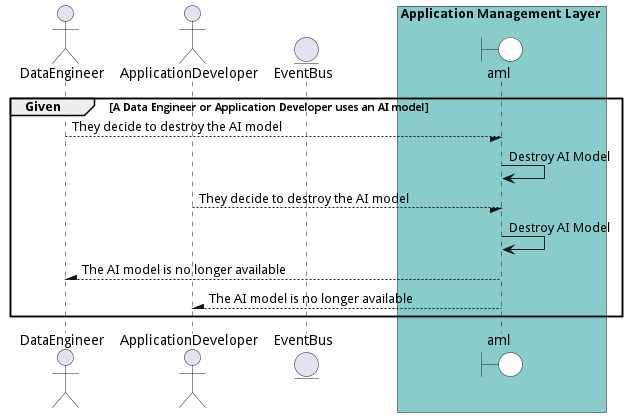
This is docs/edgemere/aml/usecases/ManageAIModels/DestroyAIModel.png from madajaju/edgemere, a PlantUML export, as it was before one commit. Source of this version:
```plantuml
@startuml


actor "DataEngineer"

actor "ApplicationDeveloper"


entity EventBus

box Application Management Layer #88cccc
    boundary aml #white
end box


group Given [A Data Engineer or Application Developer uses an AI model]

"DataEngineer" --/ aml: They decide to destroy the AI model
"aml" -> aml: Destroy AI Model


"ApplicationDeveloper" --/ aml: They decide to destroy the AI model
"aml" -> aml: Destroy AI Model



"DataEngineer" /-- aml: The AI model is no longer available

"ApplicationDeveloper" /-- aml: The AI model is no longer available


end

@enduml
```
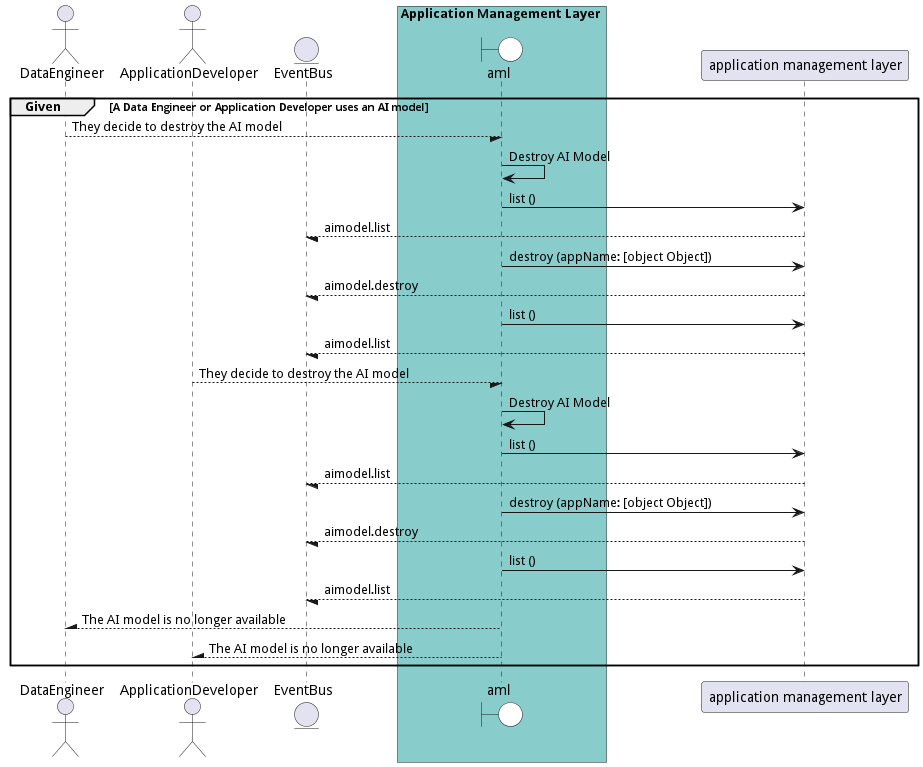
The same diagram one commit later.

What changed in the source:
```diff
@@ -13,14 +13,41 @@
 end box
 
 
+box Application Management Layer #88cccc
+    end box
+
 group Given [A Data Engineer or Application Developer uses an AI model]
 
 "DataEngineer" --/ aml: They decide to destroy the AI model
 "aml" -> aml: Destroy AI Model
 
+    aml -> "application management layer": list ()
+
+    "application management layer" --/ EventBus: aimodel.list
+
+    aml -> "application management layer": destroy (appName: [object Object])
+
+    "application management layer" --/ EventBus: aimodel.destroy
+
+    aml -> "application management layer": list ()
+
+    "application management layer" --/ EventBus: aimodel.list
+
 
 "ApplicationDeveloper" --/ aml: They decide to destroy the AI model
 "aml" -> aml: Destroy AI Model
+
+    aml -> "application management layer": list ()
+
+    "application management layer" --/ EventBus: aimodel.list
+
+    aml -> "application management layer": destroy (appName: [object Object])
+
+    "application management layer" --/ EventBus: aimodel.destroy
+
+    aml -> "application management layer": list ()
+
+    "application management layer" --/ EventBus: aimodel.list
 
 
 
```
